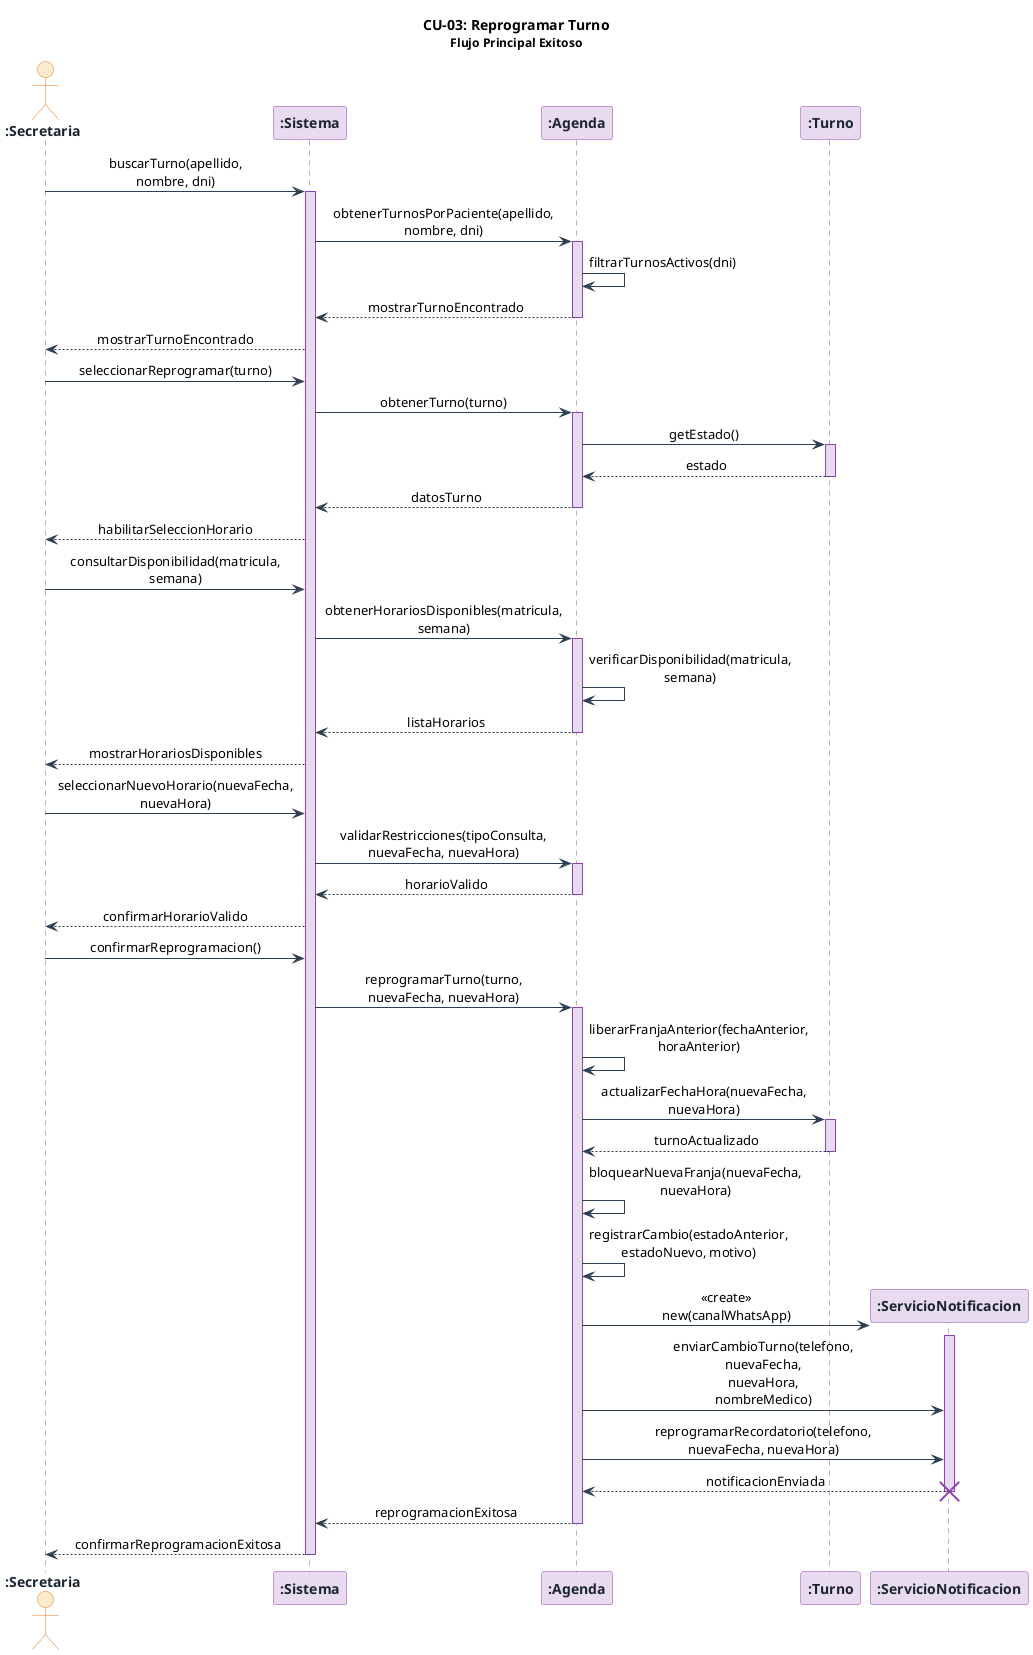
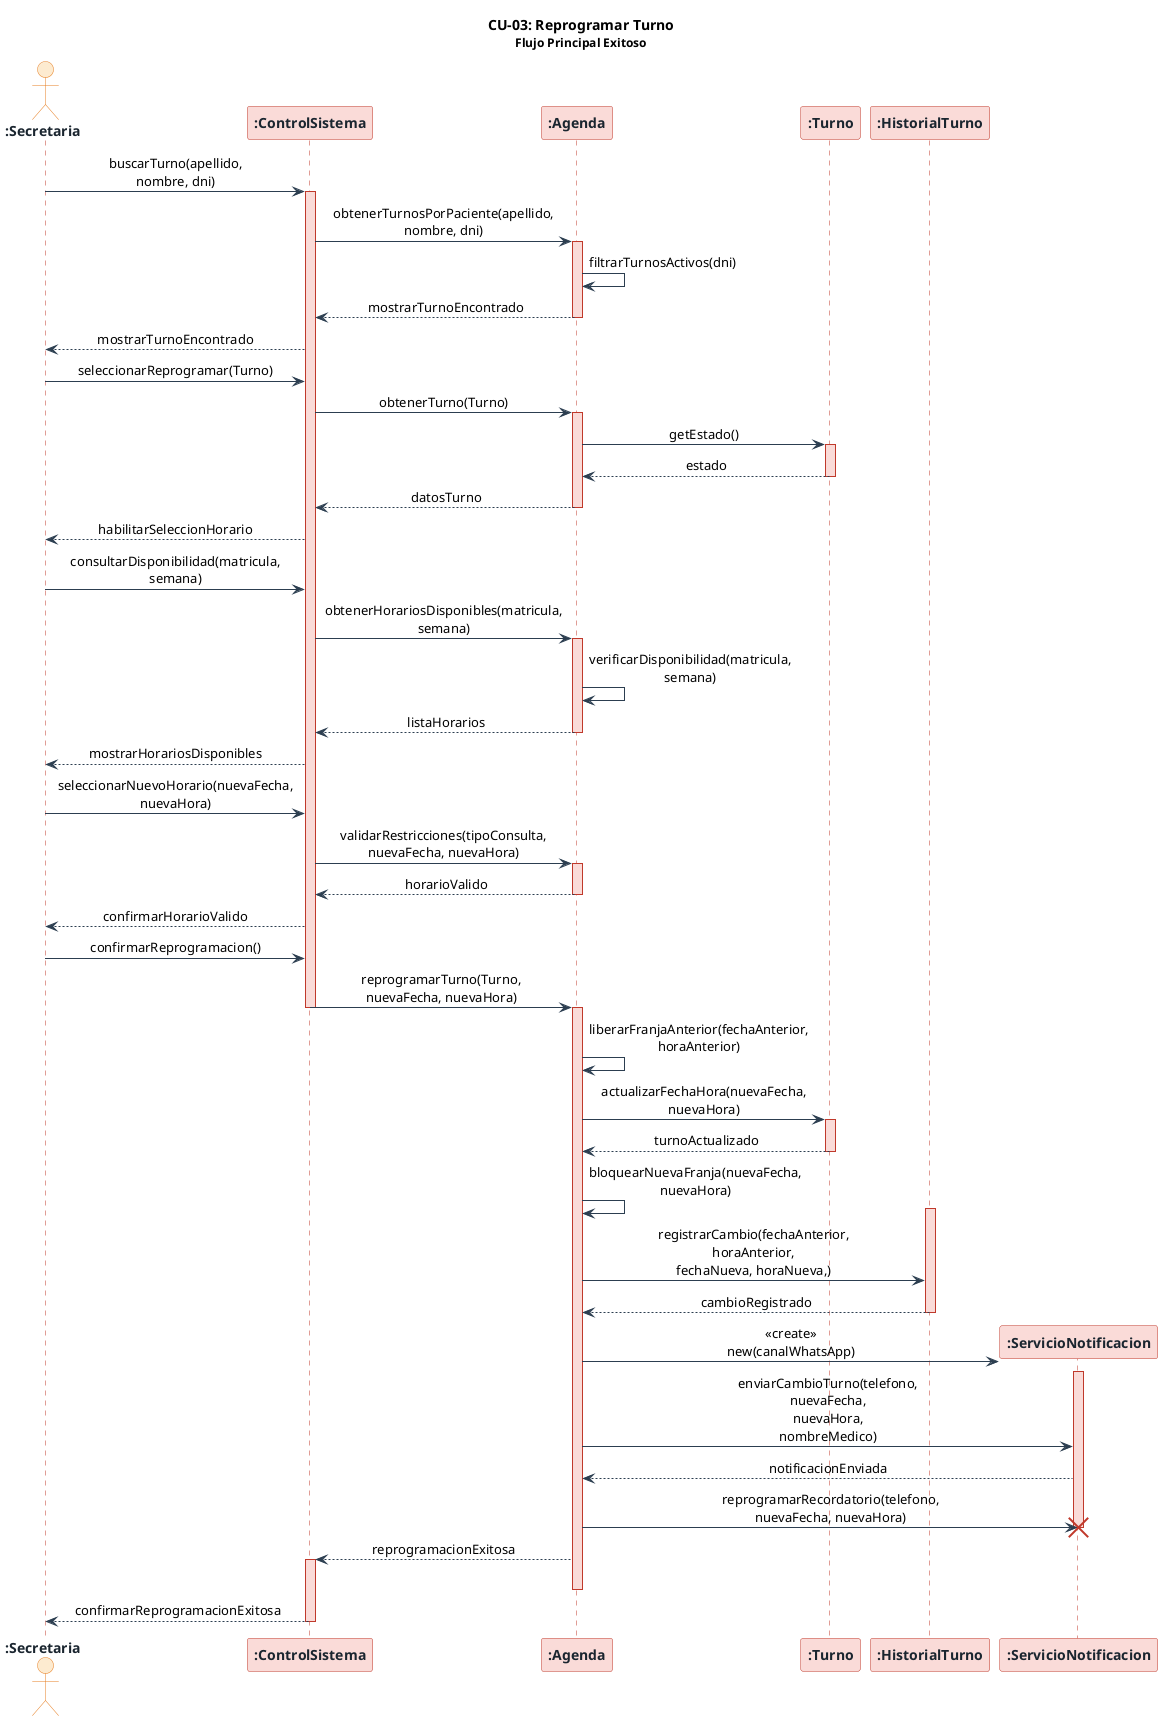
- @startuml 05-cu03-reprogramar-turno
+ @startuml 05-cu03-reprogramar-turno-corregido

skinparam sequenceMessageAlign center
skinparam responseMessageBelowArrow true
skinparam maxMessageSize 160
skinparam sequence {
    ArrowColor          #2C3E50
-     LifeLineBorderColor #8E44AD
-     LifeLineBackgroundColor #E8DAEF
+     LifeLineBorderColor #C0392B
+     LifeLineBackgroundColor #FADBD8
    BoxBackgroundColor  #FDFEFE
    BoxBorderColor      #2C3E50
}
skinparam participant {
-     BackgroundColor #E8DAEF
-     BorderColor     #8E44AD
+     BackgroundColor #FADBD8
+     BorderColor     #C0392B
    FontColor       #1A252F
    FontStyle       bold
}
skinparam actor {
    BackgroundColor #FDEBD0
    BorderColor     #E67E22
    FontColor       #1A252F
    FontStyle       bold
}

title **CU-03: Reprogramar Turno**\n<size:12>Flujo Principal Exitoso</size>

actor       ":Secretaria"               as secretaria
- participant ":Sistema"                  as sistema
+ participant ":ControlSistema"           as control
participant ":Agenda"                   as agenda
participant ":Turno"                    as turno
+ participant ":HistorialTurno"           as historialTurno
participant ":ServicioNotificacion"     as svcNotificacion

- ' ── 1. La secretaria busca el turno del paciente (paso 2) ──────────────────
- secretaria  ->  sistema             : buscarTurno(apellido, nombre, dni)
- activate sistema
- sistema     ->  agenda              : obtenerTurnosPorPaciente(apellido, nombre, dni)
+ secretaria  ->  control : buscarTurno(apellido, nombre, dni)
+ activate control
+ 
+ control     ->  agenda : obtenerTurnosPorPaciente(apellido, nombre, dni)
activate agenda
- agenda      ->  agenda              : filtrarTurnosActivos(dni)
- agenda      -->  sistema            : mostrarTurnoEncontrado
+ agenda      ->  agenda : filtrarTurnosActivos(dni)
+ agenda      --> control : mostrarTurnoEncontrado
deactivate agenda
- sistema     -->  secretaria         : mostrarTurnoEncontrado

- ' ── 2. La secretaria selecciona el turno y elige "Reprogramar" (pasos 3-4) ─
- secretaria  ->  sistema             : seleccionarReprogramar(turno)
- sistema     ->  agenda              : obtenerTurno(turno)
+ control     --> secretaria : mostrarTurnoEncontrado
+ 
+ secretaria  ->  control : seleccionarReprogramar(Turno)
+ 
+ control     ->  agenda : obtenerTurno(Turno)
activate agenda
- agenda      ->  turno               : getEstado()
+ agenda      ->  turno : getEstado()
activate turno
- turno       -->  agenda             : estado
+ turno       --> agenda : estado
deactivate turno
- agenda      -->  sistema            : datosTurno
+ agenda      --> control : datosTurno
deactivate agenda
- sistema     -->  secretaria         : habilitarSeleccionHorario

- ' ── 3. El sistema presenta el calendario con horarios disponibles (paso 5) ─
- secretaria  ->  sistema             : consultarDisponibilidad(matricula, semana)
- sistema     ->  agenda              : obtenerHorariosDisponibles(matricula, semana)
+ control     --> secretaria : habilitarSeleccionHorario
+ 
+ secretaria  ->  control : consultarDisponibilidad(matricula, semana)
+ 
+ control     ->  agenda : obtenerHorariosDisponibles(matricula, semana)
activate agenda
- agenda      ->  agenda              : verificarDisponibilidad(matricula, semana)
- agenda      -->  sistema            : listaHorarios
+ agenda      ->  agenda : verificarDisponibilidad(matricula, semana)
+ agenda      --> control : listaHorarios
deactivate agenda
- sistema     -->  secretaria         : mostrarHorariosDisponibles

- ' ── 4. La secretaria selecciona el nuevo día y horario (paso 6) ────────────
- secretaria  ->  sistema             : seleccionarNuevoHorario(nuevaFecha, nuevaHora)
- sistema     ->  agenda              : validarRestricciones(tipoConsulta, nuevaFecha, nuevaHora)
+ control     --> secretaria : mostrarHorariosDisponibles
+ 
+ secretaria  ->  control : seleccionarNuevoHorario(nuevaFecha, nuevaHora)
+ 
+ control     ->  agenda : validarRestricciones(tipoConsulta, nuevaFecha, nuevaHora)
activate agenda
- agenda      -->  sistema            : horarioValido
+ agenda      --> control : horarioValido
deactivate agenda
- sistema     -->  secretaria         : confirmarHorarioValido

- ' ── 5. La secretaria confirma la reprogramación (paso 7) ───────────────────
- secretaria  ->  sistema             : confirmarReprogramacion()
- sistema     ->  agenda              : reprogramarTurno(turno, nuevaFecha, nuevaHora)
+ control     --> secretaria : confirmarHorarioValido
+ 
+ secretaria  ->  control : confirmarReprogramacion()
+ 
+ control     ->  agenda : reprogramarTurno(Turno, nuevaFecha, nuevaHora)
+ deactivate control
activate agenda

- ' ── 6. El sistema libera la franja anterior (paso 8) ───────────────────────
- agenda      ->  agenda              : liberarFranjaAnterior(fechaAnterior, horaAnterior)
+ agenda      ->  agenda : liberarFranjaAnterior(fechaAnterior, horaAnterior)

- ' ── 7. El sistema actualiza el turno y bloquea la nueva franja (paso 9) ────
- agenda      ->  turno               : actualizarFechaHora(nuevaFecha, nuevaHora)
+ agenda      ->  turno : actualizarFechaHora(nuevaFecha, nuevaHora)
activate turno
- turno       -->  agenda             : turnoActualizado
+ turno       --> agenda : turnoActualizado
deactivate turno
- agenda      ->  agenda              : bloquearNuevaFranja(nuevaFecha, nuevaHora)

- ' ── 8. Registro obligatorio del historial de cambio (paso 9 - RNF4) ────────
- agenda      ->  agenda              : registrarCambio(estadoAnterior,\nestadoNuevo, motivo)
+ agenda      ->  agenda : bloquearNuevaFranja(nuevaFecha, nuevaHora)

- ' ── 9. El sistema notifica al paciente por WhatsApp (paso 10 - RF7) ─────────
+ 
+ 
+ activate historialTurno
+ agenda      ->  historialTurno : registrarCambio(fechaAnterior, horaAnterior, fechaNueva, horaNueva,)
+ historialTurno --> agenda : cambioRegistrado
+ deactivate historialTurno
+ 
create svcNotificacion
- agenda      ->  svcNotificacion     : <<create>>\nnew(canalWhatsApp)
+ agenda      ->  svcNotificacion : <<create>>\nnew(canalWhatsApp)
activate svcNotificacion
- agenda      ->  svcNotificacion     : enviarCambioTurno(telefono, nuevaFecha,\nnuevaHora, nombreMedico)
- agenda      ->  svcNotificacion     : reprogramarRecordatorio(telefono,\nnuevaFecha, nuevaHora)
- svcNotificacion -->  agenda         : notificacionEnviada
+ agenda      ->  svcNotificacion : enviarCambioTurno(telefono, nuevaFecha,\nnuevaHora, nombreMedico)
+ svcNotificacion --> agenda : notificacionEnviada
+ agenda      ->  svcNotificacion : reprogramarRecordatorio(telefono,\nnuevaFecha, nuevaHora)
+ deactivate svcNotificacion
destroy svcNotificacion
- deactivate svcNotificacion
- 
- agenda      -->  sistema            : reprogramacionExitosa
+ agenda      --> control : reprogramacionExitosa
+ activate control
deactivate agenda

- ' ── 10. El sistema confirma la reprogramación exitosa en pantalla (paso 11) ─
- sistema     -->  secretaria         : confirmarReprogramacionExitosa
- deactivate sistema
+ control     --> secretaria : confirmarReprogramacionExitosa
+ deactivate control

- @enduml
+ @enduml